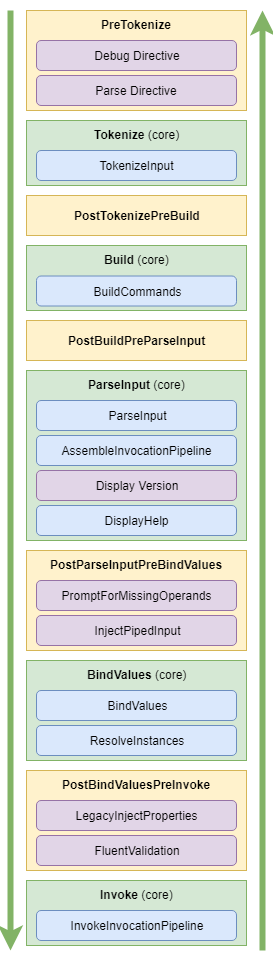
Earlier version of the draw.io export docs/diagrams/MiddlewarePipeline.png (bilal-fazlani/commanddotnet). Source tidied: cells renumbered, new cells last; positions are measured from the earlier drawing's top-left corner, leaving out a move shared by most shapes. Its diagram source:
```xml
<mxGraphModel>
  <root>
    <mxCell id="0" />
    <mxCell id="1" parent="0" />
    <mxCell id="2" value="&lt;b&gt;PostTokenizePreBuild&lt;/b&gt;" style="rounded=0;html=1;fillColor=#fff2cc;strokeColor=#d6b656;labelPosition=center;verticalLabelPosition=middle;align=center;verticalAlign=middle;textDirection=ltr;" parent="1" vertex="1">
      <mxGeometry x="16" y="185" width="220" height="40" as="geometry" />
    </mxCell>
    <mxCell id="3" value="&lt;b&gt;PostBuildPreParseInput&lt;/b&gt;" style="rounded=0;html=1;fillColor=#fff2cc;strokeColor=#d6b656;labelPosition=center;verticalLabelPosition=middle;align=center;verticalAlign=middle;textDirection=ltr;" parent="1" vertex="1">
      <mxGeometry x="16" y="310" width="220" height="40" as="geometry" />
    </mxCell>
    <mxCell id="4" style="endArrow=classic;html=1;fontSize=14;strokeWidth=6;fillColor=#d5e8d4;strokeColor=#82b366;" parent="1" edge="1">
      <mxGeometry relative="1" as="geometry">
        <mxPoint as="sourcePoint" />
        <mxPoint y="940" as="targetPoint" />
      </mxGeometry>
    </mxCell>
    <mxCell id="5" style="endArrow=classic;html=1;fontSize=14;strokeWidth=6;fillColor=#d5e8d4;strokeColor=#82b366;" parent="1" edge="1">
      <mxGeometry relative="1" as="geometry">
        <mxPoint x="252" y="940" as="sourcePoint" />
        <mxPoint x="252" as="targetPoint" />
      </mxGeometry>
    </mxCell>
    <mxCell id="6" style="group;" parent="1" vertex="1">
      <mxGeometry x="16" width="220" height="100" as="geometry" />
    </mxCell>
    <mxCell id="7" value="&lt;b&gt;PreTokenize&lt;/b&gt;" style="rounded=0;html=1;fillColor=#fff2cc;strokeColor=#d6b656;labelPosition=center;verticalLabelPosition=middle;align=center;verticalAlign=top;textDirection=ltr;" parent="6" vertex="1">
      <mxGeometry width="220" height="100" as="geometry" />
    </mxCell>
    <mxCell id="8" value="Parse Directive" style="rounded=1;whiteSpace=wrap;html=1;fillColor=#e1d5e7;strokeColor=#9673a6;" parent="6" vertex="1">
      <mxGeometry x="10" y="65" width="200" height="30" as="geometry" />
    </mxCell>
    <mxCell id="9" value="Debug Directive" style="rounded=1;whiteSpace=wrap;html=1;fillColor=#e1d5e7;strokeColor=#9673a6;" parent="6" vertex="1">
      <mxGeometry x="10" y="30" width="200" height="30" as="geometry" />
    </mxCell>
    <mxCell id="10" style="group;" parent="1" vertex="1">
      <mxGeometry x="16" y="110" width="220" height="65" as="geometry" />
    </mxCell>
    <mxCell id="11" value="&lt;b&gt;Tokenize &lt;/b&gt;(core)" style="rounded=0;html=1;fillColor=#d5e8d4;strokeColor=#82b366;labelPosition=center;verticalLabelPosition=middle;align=center;verticalAlign=top;textDirection=ltr;" parent="10" vertex="1">
      <mxGeometry width="220" height="65" as="geometry" />
    </mxCell>
    <mxCell id="12" value="TokenizeInput" style="rounded=1;whiteSpace=wrap;html=1;fillColor=#dae8fc;strokeColor=#6c8ebf;" parent="10" vertex="1">
      <mxGeometry x="10" y="30" width="200" height="30" as="geometry" />
    </mxCell>
    <mxCell id="13" style="group;" parent="1" vertex="1">
      <mxGeometry x="16" y="235" width="220" height="65" as="geometry" />
    </mxCell>
    <mxCell id="14" value="&lt;b&gt;Build&lt;/b&gt;&lt;b&gt;&amp;nbsp;&lt;/b&gt;(core)" style="rounded=0;html=1;fillColor=#d5e8d4;strokeColor=#82b366;labelPosition=center;verticalLabelPosition=middle;align=center;verticalAlign=top;textDirection=ltr;" parent="13" vertex="1">
      <mxGeometry width="220" height="65" as="geometry" />
    </mxCell>
    <mxCell id="15" value="BuildCommands" style="rounded=1;whiteSpace=wrap;html=1;fillColor=#dae8fc;strokeColor=#6c8ebf;" parent="13" vertex="1">
      <mxGeometry x="10" y="30.5" width="200" height="30" as="geometry" />
    </mxCell>
    <mxCell id="16" style="group;" parent="1" vertex="1">
      <mxGeometry x="16" y="870" width="220" height="65" as="geometry" />
    </mxCell>
    <mxCell id="17" value="Invoke&lt;b&gt;&amp;nbsp;&lt;/b&gt;&lt;span style=&quot;font-weight: 400&quot;&gt;(core)&lt;/span&gt;" style="rounded=0;html=1;fillColor=#d5e8d4;strokeColor=#82b366;labelPosition=center;verticalLabelPosition=middle;align=center;verticalAlign=top;textDirection=ltr;fontStyle=1;" parent="16" vertex="1">
      <mxGeometry width="220" height="65" as="geometry" />
    </mxCell>
    <mxCell id="18" value="InvokeInvocationPipeline" style="rounded=1;whiteSpace=wrap;html=1;fillColor=#dae8fc;strokeColor=#6c8ebf;" parent="16" vertex="1">
      <mxGeometry x="10" y="30" width="200" height="30" as="geometry" />
    </mxCell>
    <mxCell id="19" style="group;" parent="1" vertex="1">
      <mxGeometry x="16" y="760" width="220" height="100" as="geometry" />
    </mxCell>
    <mxCell id="20" value="PostBindValuesPreInvoke" style="rounded=0;html=1;fillColor=#fff2cc;strokeColor=#d6b656;labelPosition=center;verticalLabelPosition=middle;align=center;verticalAlign=top;textDirection=ltr;fontStyle=1;" parent="19" vertex="1">
      <mxGeometry width="220" height="100" as="geometry" />
    </mxCell>
    <mxCell id="21" value="LegacyInjectProperties" style="rounded=1;whiteSpace=wrap;html=1;fillColor=#e1d5e7;strokeColor=#9673a6;" parent="19" vertex="1">
      <mxGeometry x="10" y="30" width="200" height="30" as="geometry" />
    </mxCell>
    <mxCell id="22" value="FluentValidation" style="rounded=1;whiteSpace=wrap;html=1;fillColor=#e1d5e7;strokeColor=#9673a6;" parent="19" vertex="1">
      <mxGeometry x="10" y="65" width="200" height="30" as="geometry" />
    </mxCell>
    <mxCell id="23" value="&lt;b&gt;ParseInput&lt;/b&gt;&lt;b&gt;&amp;nbsp;&lt;/b&gt;(core)&lt;b&gt;&lt;br&gt;&lt;span style=&quot;font-family: &amp;#34;helvetica&amp;#34; , &amp;#34;arial&amp;#34; , sans-serif ; font-size: 0px&quot;&gt;%3CmxGraphModel%3E%3Croot%3E%3CmxCell%20id%3D%220%22%2F%3E%3CmxCell%20id%3D%221%22%20parent%3D%220%22%2F%3E%3CmxCell%20id%3D%222%22%20value%3D%22PostBuild%26lt%3Bbr%26gt%3BPreParseInput%22%20style%3D%22rounded%3D0%3Bhtml%3D1%3BfillColor%3D%23fff2cc%3BstrokeColor%3D%23d6b656%3BlabelPosition%3Dleft%3BverticalLabelPosition%3Dmiddle%3Balign%3Dright%3BverticalAlign%3Dmiddle%3BtextDirection%3Dltr%3B%22%20vertex%3D%221%22%20parent%3D%221%22%3E%3CmxGeometry%20x%3D%22425%22%20y%3D%22561.8181762695312%22%20width%3D%22255%22%20height%3D%2270%22%20as%3D%22geometry%22%2F%3E%3C%2FmxCell%3E%3C%2Froot%3E%3C%2FmxGraphModel%3E&lt;/span&gt;&lt;/b&gt;" style="rounded=0;html=1;fillColor=#d5e8d4;strokeColor=#82b366;labelPosition=center;verticalLabelPosition=middle;align=center;verticalAlign=top;textDirection=ltr;" parent="1" vertex="1">
      <mxGeometry x="16" y="360" width="220" height="170" as="geometry" />
    </mxCell>
    <mxCell id="24" value="ParseInput" style="rounded=1;whiteSpace=wrap;html=1;fillColor=#dae8fc;strokeColor=#6c8ebf;" parent="1" vertex="1">
      <mxGeometry x="26" y="390" width="200" height="30" as="geometry" />
    </mxCell>
    <mxCell id="25" value="AssembleInvocationPipeline" style="rounded=1;whiteSpace=wrap;html=1;fillColor=#dae8fc;strokeColor=#6c8ebf;" parent="1" vertex="1">
      <mxGeometry x="26" y="425" width="200" height="30" as="geometry" />
    </mxCell>
    <mxCell id="26" style="group;" parent="1" vertex="1">
      <mxGeometry x="16" y="650" width="220" height="100" as="geometry" />
    </mxCell>
    <mxCell id="27" style="group;" parent="26" vertex="1">
      <mxGeometry width="220" height="100" as="geometry" />
    </mxCell>
    <mxCell id="28" value="BindValues&lt;b&gt;&amp;nbsp;&lt;/b&gt;&lt;span style=&quot;font-weight: 400&quot;&gt;(core)&lt;/span&gt;" style="rounded=0;html=1;fillColor=#d5e8d4;strokeColor=#82b366;labelPosition=center;verticalLabelPosition=middle;align=center;verticalAlign=top;textDirection=ltr;fontStyle=1;" parent="27" vertex="1">
      <mxGeometry width="220" height="100" as="geometry" />
    </mxCell>
    <mxCell id="29" value="BindValues" style="rounded=1;whiteSpace=wrap;html=1;fillColor=#dae8fc;strokeColor=#6c8ebf;" parent="27" vertex="1">
      <mxGeometry x="10" y="30" width="200" height="30" as="geometry" />
    </mxCell>
    <mxCell id="30" value="ResolveInstances" style="rounded=1;whiteSpace=wrap;html=1;fillColor=#dae8fc;strokeColor=#6c8ebf;" parent="27" vertex="1">
      <mxGeometry x="10" y="65" width="200" height="30" as="geometry" />
    </mxCell>
    <mxCell id="31" value="PostParseInputPreBindValues" style="rounded=0;html=1;fillColor=#fff2cc;strokeColor=#d6b656;labelPosition=center;verticalLabelPosition=middle;align=center;verticalAlign=top;textDirection=ltr;fontStyle=1;" parent="1" vertex="1">
      <mxGeometry x="16" y="540" width="220" height="100" as="geometry" />
    </mxCell>
    <mxCell id="32" value="PromptForMissingOperands" style="rounded=1;whiteSpace=wrap;html=1;fillColor=#e1d5e7;strokeColor=#9673a6;" parent="1" vertex="1">
      <mxGeometry x="26" y="570" width="200" height="30" as="geometry" />
    </mxCell>
    <mxCell id="33" value="InjectPipedInput" style="rounded=1;whiteSpace=wrap;html=1;fillColor=#e1d5e7;strokeColor=#9673a6;" parent="1" vertex="1">
      <mxGeometry x="26" y="605" width="200" height="30" as="geometry" />
    </mxCell>
    <mxCell id="34" value="Display Version" style="rounded=1;whiteSpace=wrap;html=1;fillColor=#e1d5e7;strokeColor=#9673a6;" parent="1" vertex="1">
      <mxGeometry x="26" y="460" width="200" height="30" as="geometry" />
    </mxCell>
    <mxCell id="35" value="DisplayHelp" style="rounded=1;whiteSpace=wrap;html=1;fillColor=#dae8fc;strokeColor=#6c8ebf;" parent="1" vertex="1">
      <mxGeometry x="26" y="495" width="200" height="30" as="geometry" />
    </mxCell>
  </root>
</mxGraphModel>
```
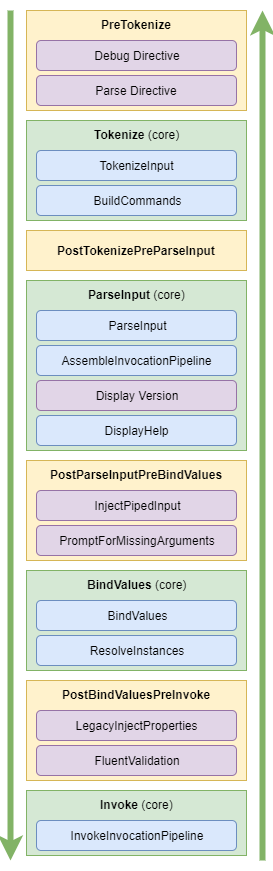
After the change.

What changed in the source:
```diff
@@ -2,26 +2,32 @@
   <root>
     <mxCell id="0" />
     <mxCell id="1" parent="0" />
+    <mxCell id="31" value="PostParseInputPreBindValues" style="rounded=0;html=1;fillColor=#fff2cc;strokeColor=#d6b656;labelPosition=center;verticalLabelPosition=middle;align=center;verticalAlign=top;textDirection=ltr;fontStyle=1;" parent="1" vertex="1">
+      <mxGeometry x="16" y="540" width="220" height="100" as="geometry" />
+    </mxCell>
+    <mxCell id="33" value="InjectPipedInput" style="rounded=1;whiteSpace=wrap;html=1;fillColor=#e1d5e7;strokeColor=#9673a6;" parent="1" vertex="1">
+      <mxGeometry x="26" y="570" width="200" height="30" as="geometry" />
+    </mxCell>
+    <mxCell id="11" value="&lt;b&gt;Tokenize &lt;/b&gt;(core)" style="rounded=0;html=1;fillColor=#d5e8d4;strokeColor=#82b366;labelPosition=center;verticalLabelPosition=middle;align=center;verticalAlign=top;textDirection=ltr;" parent="1" vertex="1">
+      <mxGeometry x="16" y="200" width="220" height="100" as="geometry" />
+    </mxCell>
-    <mxCell id="2" value="&lt;b&gt;PostTokenizePreBuild&lt;/b&gt;" style="rounded=0;html=1;fillColor=#fff2cc;strokeColor=#d6b656;labelPosition=center;verticalLabelPosition=middle;align=center;verticalAlign=middle;textDirection=ltr;" parent="1" vertex="1">
-      <mxGeometry x="16" y="185" width="220" height="40" as="geometry" />
+    <mxCell id="2" value="&lt;b&gt;PostTokenizePreParseInput&lt;/b&gt;" style="rounded=0;html=1;fillColor=#fff2cc;strokeColor=#d6b656;labelPosition=center;verticalLabelPosition=middle;align=center;verticalAlign=middle;textDirection=ltr;" parent="1" vertex="1">
+      <mxGeometry x="16" y="310" width="220" height="40" as="geometry" />
     </mxCell>
-    <mxCell id="3" value="&lt;b&gt;PostBuildPreParseInput&lt;/b&gt;" style="rounded=0;html=1;fillColor=#fff2cc;strokeColor=#d6b656;labelPosition=center;verticalLabelPosition=middle;align=center;verticalAlign=middle;textDirection=ltr;" parent="1" vertex="1">
-      <mxGeometry x="16" y="310" width="220" height="40" as="geometry" />
-    </mxCell>
     <mxCell id="4" style="endArrow=classic;html=1;fontSize=14;strokeWidth=6;fillColor=#d5e8d4;strokeColor=#82b366;" parent="1" edge="1">
       <mxGeometry relative="1" as="geometry">
-        <mxPoint as="sourcePoint" />
+        <mxPoint y="90" as="sourcePoint" />
         <mxPoint y="940" as="targetPoint" />
       </mxGeometry>
     </mxCell>
     <mxCell id="5" style="endArrow=classic;html=1;fontSize=14;strokeWidth=6;fillColor=#d5e8d4;strokeColor=#82b366;" parent="1" edge="1">
       <mxGeometry relative="1" as="geometry">
         <mxPoint x="252" y="940" as="sourcePoint" />
-        <mxPoint x="252" as="targetPoint" />
+        <mxPoint x="252" y="90" as="targetPoint" />
       </mxGeometry>
     </mxCell>
     <mxCell id="6" style="group;" parent="1" vertex="1">
-      <mxGeometry x="16" width="220" height="100" as="geometry" />
+      <mxGeometry x="16" y="90" width="220" height="100" as="geometry" />
     </mxCell>
     <mxCell id="7" value="&lt;b&gt;PreTokenize&lt;/b&gt;" style="rounded=0;html=1;fillColor=#fff2cc;strokeColor=#d6b656;labelPosition=center;verticalLabelPosition=middle;align=center;verticalAlign=top;textDirection=ltr;" parent="6" vertex="1">
       <mxGeometry width="220" height="100" as="geometry" />
@@ -32,24 +38,6 @@
     <mxCell id="9" value="Debug Directive" style="rounded=1;whiteSpace=wrap;html=1;fillColor=#e1d5e7;strokeColor=#9673a6;" parent="6" vertex="1">
       <mxGeometry x="10" y="30" width="200" height="30" as="geometry" />
     </mxCell>
-    <mxCell id="10" style="group;" parent="1" vertex="1">
-      <mxGeometry x="16" y="110" width="220" height="65" as="geometry" />
-    </mxCell>
-    <mxCell id="11" value="&lt;b&gt;Tokenize &lt;/b&gt;(core)" style="rounded=0;html=1;fillColor=#d5e8d4;strokeColor=#82b366;labelPosition=center;verticalLabelPosition=middle;align=center;verticalAlign=top;textDirection=ltr;" parent="10" vertex="1">
-      <mxGeometry width="220" height="65" as="geometry" />
-    </mxCell>
-    <mxCell id="12" value="TokenizeInput" style="rounded=1;whiteSpace=wrap;html=1;fillColor=#dae8fc;strokeColor=#6c8ebf;" parent="10" vertex="1">
-      <mxGeometry x="10" y="30" width="200" height="30" as="geometry" />
-    </mxCell>
-    <mxCell id="13" style="group;" parent="1" vertex="1">
-      <mxGeometry x="16" y="235" width="220" height="65" as="geometry" />
-    </mxCell>
-    <mxCell id="14" value="&lt;b&gt;Build&lt;/b&gt;&lt;b&gt;&amp;nbsp;&lt;/b&gt;(core)" style="rounded=0;html=1;fillColor=#d5e8d4;strokeColor=#82b366;labelPosition=center;verticalLabelPosition=middle;align=center;verticalAlign=top;textDirection=ltr;" parent="13" vertex="1">
-      <mxGeometry width="220" height="65" as="geometry" />
-    </mxCell>
-    <mxCell id="15" value="BuildCommands" style="rounded=1;whiteSpace=wrap;html=1;fillColor=#dae8fc;strokeColor=#6c8ebf;" parent="13" vertex="1">
-      <mxGeometry x="10" y="30.5" width="200" height="30" as="geometry" />
-    </mxCell>
     <mxCell id="16" style="group;" parent="1" vertex="1">
       <mxGeometry x="16" y="870" width="220" height="65" as="geometry" />
     </mxCell>
@@ -95,20 +83,20 @@
     <mxCell id="30" value="ResolveInstances" style="rounded=1;whiteSpace=wrap;html=1;fillColor=#dae8fc;strokeColor=#6c8ebf;" parent="27" vertex="1">
       <mxGeometry x="10" y="65" width="200" height="30" as="geometry" />
     </mxCell>
-    <mxCell id="31" value="PostParseInputPreBindValues" style="rounded=0;html=1;fillColor=#fff2cc;strokeColor=#d6b656;labelPosition=center;verticalLabelPosition=middle;align=center;verticalAlign=top;textDirection=ltr;fontStyle=1;" parent="1" vertex="1">
-      <mxGeometry x="16" y="540" width="220" height="100" as="geometry" />
-    </mxCell>
-    <mxCell id="32" value="PromptForMissingOperands" style="rounded=1;whiteSpace=wrap;html=1;fillColor=#e1d5e7;strokeColor=#9673a6;" parent="1" vertex="1">
-      <mxGeometry x="26" y="570" width="200" height="30" as="geometry" />
+    <mxCell id="32" value="PromptForMissingArguments" style="rounded=1;whiteSpace=wrap;html=1;fillColor=#e1d5e7;strokeColor=#9673a6;" parent="1" vertex="1">
+      <mxGeometry x="26" y="605" width="200" height="30" as="geometry" />
     </mxCell>
-    <mxCell id="33" value="InjectPipedInput" style="rounded=1;whiteSpace=wrap;html=1;fillColor=#e1d5e7;strokeColor=#9673a6;" parent="1" vertex="1">
-      <mxGeometry x="26" y="605" width="200" height="30" as="geometry" />
-    </mxCell>
     <mxCell id="34" value="Display Version" style="rounded=1;whiteSpace=wrap;html=1;fillColor=#e1d5e7;strokeColor=#9673a6;" parent="1" vertex="1">
       <mxGeometry x="26" y="460" width="200" height="30" as="geometry" />
     </mxCell>
     <mxCell id="35" value="DisplayHelp" style="rounded=1;whiteSpace=wrap;html=1;fillColor=#dae8fc;strokeColor=#6c8ebf;" parent="1" vertex="1">
       <mxGeometry x="26" y="495" width="200" height="30" as="geometry" />
     </mxCell>
+    <mxCell id="15" value="BuildCommands" style="rounded=1;whiteSpace=wrap;html=1;fillColor=#dae8fc;strokeColor=#6c8ebf;" parent="1" vertex="1">
+      <mxGeometry x="26" y="265" width="200" height="30" as="geometry" />
+    </mxCell>
+    <mxCell id="12" value="TokenizeInput" style="rounded=1;whiteSpace=wrap;html=1;fillColor=#dae8fc;strokeColor=#6c8ebf;" parent="1" vertex="1">
+      <mxGeometry x="26" y="230" width="200" height="30" as="geometry" />
+    </mxCell>
   </root>
 </mxGraphModel>
```
